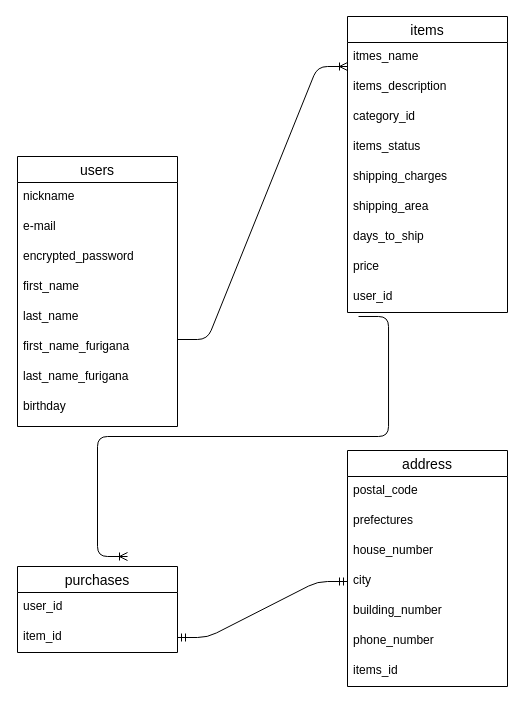
NTD1995/furima-32323 keeps this draw.io diagram as config/test.dio. Above is the earlier version. Source tidied: cells renumbered, new cells numbered last; positions are measured from the earlier drawing's top-left corner, leaving out a move shared by most shapes. Both pictures are drawn from the tidied source at 100%, with x=0, y=0 at pixel (17, 16).
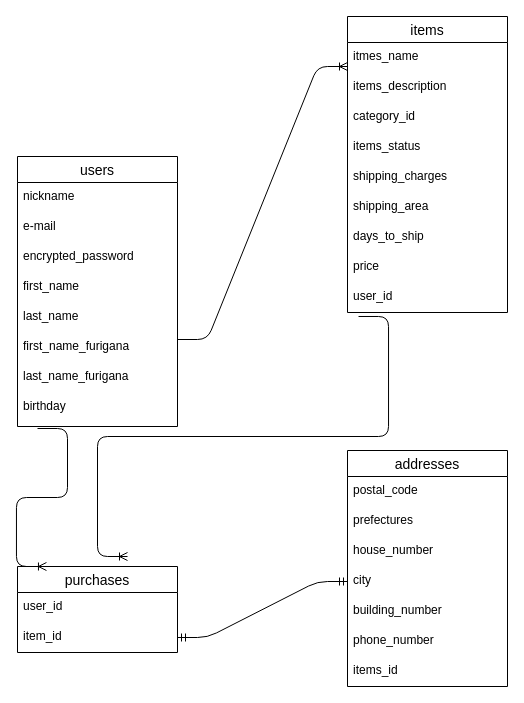
The same page after the edit.

The change refers to these unchanged cells:
```xml
<mxCell id="20" value="purchases" style="swimlane;fontStyle=0;horizontal=1;startSize=26;align=center;fontSize=14;" parent="1" vertex="1">
  <mxGeometry y="550" width="160" height="86" as="geometry" />
</mxCell>
<mxCell id="31" value="birthday" style="text;strokeColor=none;fillColor=none;spacingLeft=4;spacingRight=4;overflow=hidden;points=[[0,0.5],[1,0.5]];portConstraint=eastwest;fontSize=12;" parent="23" vertex="1">
  <mxGeometry y="236" width="160" height="34" as="geometry" />
</mxCell>
```

Change to the diagram source:
```diff
@@
-    <mxCell id="2" value="address" style="swimlane;fontStyle=0;horizontal=1;startSize=26;align=center;fontSize=14;" parent="1" vertex="1">
+    <mxCell id="2" value="addresses" style="swimlane;fontStyle=0;horizontal=1;startSize=26;align=center;fontSize=14;" parent="1" vertex="1">
       <mxGeometry x="330" y="434" width="160" height="236" as="geometry" />
     </mxCell>
@@
+    <mxCell id="35" style="edgeStyle=entityRelationEdgeStyle;fontSize=12;html=1;endArrow=ERoneToMany;entryX=0.181;entryY=0;entryDx=0;entryDy=0;entryPerimeter=0;exitX=0.125;exitY=1.059;exitDx=0;exitDy=0;exitPerimeter=0;" parent="1" edge="1" source="31" target="20">
+      <mxGeometry relative="1" as="geometry" />
+    </mxCell>
```
